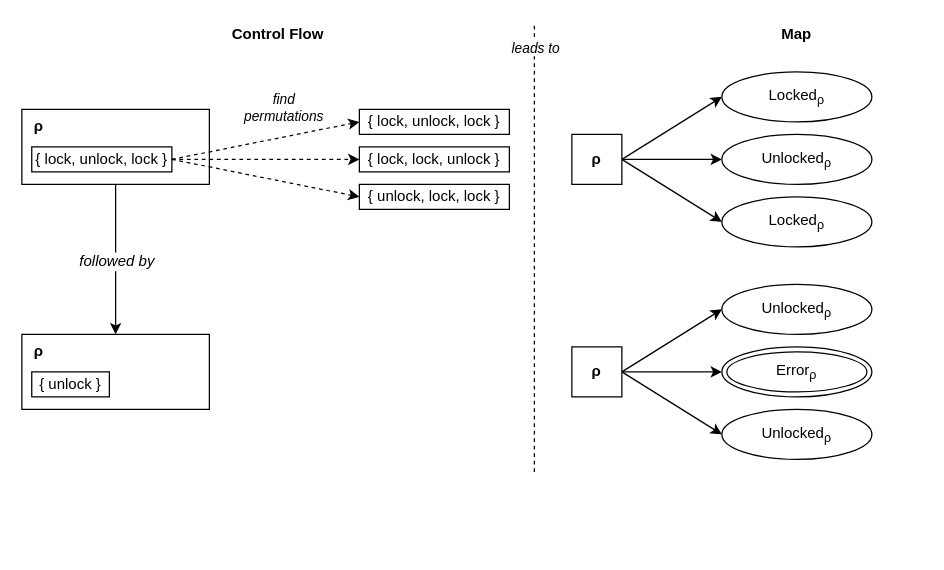
Above: implementation/figures/permutation-copy.drawio in andersfischernielsen/Finding-Resource-Manipulation-Bugs-with-Monitor-Automata-on-the-Example-of-the-Linux-Kernel (draw.io), before the change. Source tidied: cells renumbered, new cells numbered last; positions are measured from the earlier drawing's top-left corner, leaving out a move shared by most shapes. Both pictures are drawn from the tidied source at 125%, with x=0, y=0 at pixel (21, 21).
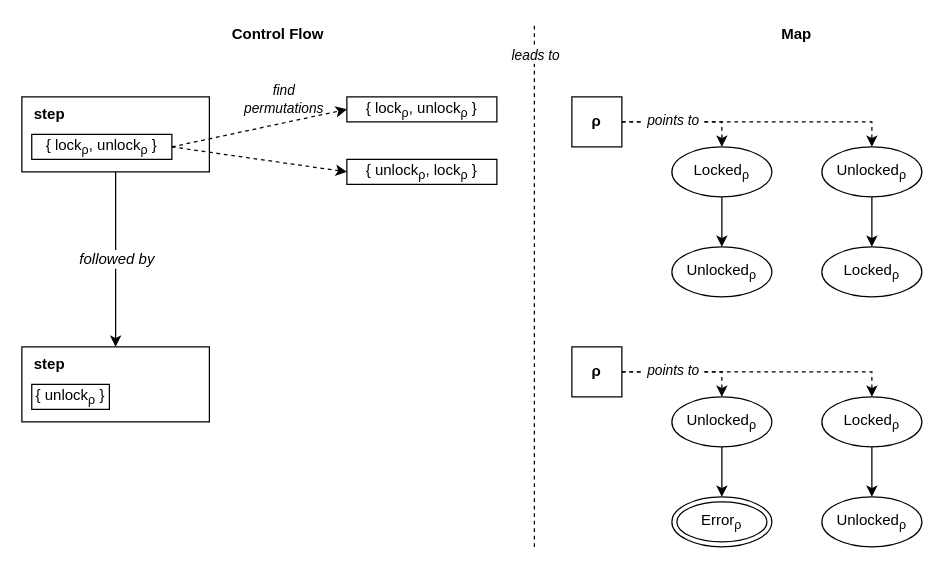
After the change.

Change to the diagram source:
```diff
@@
     <mxCell id="4" style="group;" parent="1" vertex="1">
-      <mxGeometry y="70" width="150" height="60" as="geometry" />
+      <mxGeometry y="60" width="150" height="60" as="geometry" />
     </mxCell>
-    <mxCell id="5" value="&lt;b&gt;ρ&lt;/b&gt;" style="rounded=0;whiteSpace=wrap;html=1;align=left;verticalAlign=top;spacingLeft=8;" parent="4" vertex="1">
+    <mxCell id="5" value="&lt;b&gt;step&lt;/b&gt;" style="rounded=0;whiteSpace=wrap;html=1;align=left;verticalAlign=top;spacingLeft=8;" parent="4" vertex="1">
       <mxGeometry width="150" height="60" as="geometry" />
     </mxCell>
-    <mxCell id="6" value="&lt;span style=&quot;white-space: normal&quot;&gt;{ lock, unlock, lock }&lt;/span&gt;" style="rounded=0;whiteSpace=wrap;html=1;align=center;" parent="4" vertex="1">
+    <mxCell id="6" value="{ lock&lt;sub&gt;ρ&lt;/sub&gt;, unlock&lt;sub&gt;ρ&lt;/sub&gt; }" style="rounded=0;whiteSpace=wrap;html=1;align=center;" parent="4" vertex="1">
       <mxGeometry x="7.9" y="30" width="112.1" height="20" as="geometry" />
     </mxCell>
@@
-    <mxCell id="8" value="&lt;span style=&quot;white-space: normal&quot;&gt;{ lock, unlock, lock }&lt;/span&gt;" style="rounded=0;whiteSpace=wrap;html=1;align=center;" parent="1" vertex="1">
-      <mxGeometry x="270" y="70" width="120" height="20" as="geometry" />
+    <mxCell id="8" value="&lt;span style=&quot;white-space: normal&quot;&gt;{ lock&lt;/span&gt;&lt;sub&gt;ρ&lt;/sub&gt;&lt;span style=&quot;white-space: normal&quot;&gt;, unlock&lt;/span&gt;&lt;sub&gt;ρ&lt;/sub&gt;&lt;span style=&quot;white-space: normal&quot;&gt;&amp;nbsp;}&lt;/span&gt;" style="rounded=0;whiteSpace=wrap;html=1;align=center;" parent="1" vertex="1">
+      <mxGeometry x="260" y="60" width="120" height="20" as="geometry" />
     </mxCell>
-    <mxCell id="9" value="&lt;span style=&quot;white-space: normal&quot;&gt;{ unlock, lock, lock }&lt;/span&gt;" style="rounded=0;whiteSpace=wrap;html=1;align=center;" parent="1" vertex="1">
-      <mxGeometry x="270" y="130" width="120" height="20" as="geometry" />
+    <mxCell id="9" value="&lt;span style=&quot;white-space: normal&quot;&gt;{ unlock&lt;/span&gt;&lt;sub&gt;ρ&lt;/sub&gt;&lt;span style=&quot;white-space: normal&quot;&gt;, lock&lt;/span&gt;&lt;sub&gt;ρ&lt;/sub&gt;&lt;span style=&quot;white-space: normal&quot;&gt;&amp;nbsp;}&lt;/span&gt;" style="rounded=0;whiteSpace=wrap;html=1;align=center;" parent="1" vertex="1">
+      <mxGeometry x="260" y="110" width="120" height="20" as="geometry" />
     </mxCell>
     <mxCell id="10" style="group;" parent="1" vertex="1">
-      <mxGeometry y="250" width="150" height="60" as="geometry" />
+      <mxGeometry y="260" width="150" height="60" as="geometry" />
     </mxCell>
-    <mxCell id="11" value="&lt;b&gt;ρ&lt;/b&gt;" style="rounded=0;whiteSpace=wrap;html=1;align=left;verticalAlign=top;spacingLeft=8;" parent="10" vertex="1">
+    <mxCell id="11" value="&lt;b&gt;step&lt;/b&gt;" style="rounded=0;whiteSpace=wrap;html=1;align=left;verticalAlign=top;spacingLeft=8;" parent="10" vertex="1">
       <mxGeometry width="150" height="60" as="geometry" />
     </mxCell>
-    <mxCell id="12" value="&lt;span style=&quot;white-space: normal&quot;&gt;{ unlock }&lt;/span&gt;" style="rounded=0;whiteSpace=wrap;html=1;align=center;" parent="10" vertex="1">
+    <mxCell id="12" value="{ unlock&lt;sub&gt;ρ&lt;/sub&gt; }" style="rounded=0;whiteSpace=wrap;html=1;align=center;" parent="10" vertex="1">
       <mxGeometry x="7.9" y="30" width="62.1" height="20" as="geometry" />
     </mxCell>
-    <mxCell id="13" value="Locked&lt;sub&gt;ρ&lt;/sub&gt;" style="ellipse;whiteSpace=wrap;html=1;align=center;" parent="1" vertex="1">
-      <mxGeometry x="560" y="40" width="120" height="40" as="geometry" />
-    </mxCell>
-    <mxCell id="14" style="rounded=0;jettySize=auto;html=1;exitX=1;exitY=0.5;exitDx=0;exitDy=0;entryX=0;entryY=0.5;entryDx=0;entryDy=0;" parent="1" edge="1" source="17" target="13">
-      <mxGeometry relative="1" as="geometry" />
-    </mxCell>
-    <mxCell id="15" style="edgeStyle=none;rounded=0;jettySize=auto;html=1;exitX=1;exitY=0.5;exitDx=0;exitDy=0;entryX=0;entryY=0.5;entryDx=0;entryDy=0;" parent="1" edge="1" source="17" target="18">
+    <mxCell id="15" style="edgeStyle=orthogonalEdgeStyle;rounded=0;jettySize=auto;html=1;exitX=1;exitY=0.5;exitDx=0;exitDy=0;entryX=0.5;entryY=0;entryDx=0;entryDy=0;dashed=1;" parent="1" edge="1" source="17" target="18">
       <mxGeometry relative="1" as="geometry" />
     </mxCell>
-    <mxCell id="16" style="edgeStyle=none;rounded=0;jettySize=auto;html=1;exitX=1;exitY=0.5;exitDx=0;exitDy=0;entryX=0;entryY=0.5;entryDx=0;entryDy=0;" parent="1" edge="1" source="17" target="23">
+    <mxCell id="16" style="edgeStyle=orthogonalEdgeStyle;rounded=0;jettySize=auto;html=1;exitX=1;exitY=0.5;exitDx=0;exitDy=0;entryX=0.5;entryY=0;entryDx=0;entryDy=0;dashed=1;" parent="1" edge="1" source="17" target="23">
       <mxGeometry relative="1" as="geometry" />
     </mxCell>
+    <mxCell id="36" value="&lt;i&gt;&lt;font style=&quot;font-size: 11px&quot;&gt;&amp;nbsp;points to&amp;nbsp;&lt;/font&gt;&lt;/i&gt;" style="text;html=1;align=center;verticalAlign=middle;labelBackgroundColor=#ffffff;" parent="16" vertex="1">
+      <mxGeometry x="-0.33" y="2" relative="1" as="geometry">
+        <mxPoint x="-34" as="offset" />
+      </mxGeometry>
+    </mxCell>
     <mxCell id="17" value="&lt;b style=&quot;white-space: normal&quot;&gt;ρ&lt;/b&gt;" style="rounded=0;whiteSpace=wrap;html=1;align=center;" parent="1" vertex="1">
-      <mxGeometry x="440" y="90" width="40" height="40" as="geometry" />
+      <mxGeometry x="440" y="60" width="40" height="40" as="geometry" />
     </mxCell>
+    <mxCell id="37" style="edgeStyle=orthogonalEdgeStyle;rounded=0;jettySize=auto;html=1;exitX=0.5;exitY=1;exitDx=0;exitDy=0;entryX=0.5;entryY=0;entryDx=0;entryDy=0;" parent="1" edge="1" source="18" target="39">
+      <mxGeometry relative="1" as="geometry" />
+    </mxCell>
-    <mxCell id="18" value="&lt;span style=&quot;font-size: 12px&quot;&gt;Unlocked&lt;/span&gt;&lt;sub&gt;ρ&lt;/sub&gt;" style="ellipse;whiteSpace=wrap;html=1;align=center;" parent="1" vertex="1">
-      <mxGeometry x="560" y="90" width="120" height="40" as="geometry" />
+    <mxCell id="18" value="&lt;span style=&quot;font-size: 12px&quot;&gt;Locked&lt;/span&gt;&lt;sub&gt;ρ&lt;/sub&gt;" style="ellipse;whiteSpace=wrap;html=1;align=center;" parent="1" vertex="1">
+      <mxGeometry x="520" y="100" width="80" height="40" as="geometry" />
     </mxCell>
-    <mxCell id="19" value="&lt;span style=&quot;white-space: normal&quot;&gt;{ lock, lock, unlock }&lt;/span&gt;" style="rounded=0;whiteSpace=wrap;html=1;align=center;" parent="1" vertex="1">
-      <mxGeometry x="270" y="100" width="120" height="20" as="geometry" />
-    </mxCell>
@@
-    <mxCell id="21" style="edgeStyle=none;rounded=0;jettySize=auto;html=1;exitX=1;exitY=0.5;exitDx=0;exitDy=0;entryX=0;entryY=0.5;entryDx=0;entryDy=0;dashed=1;" parent="1" edge="1" source="6" target="19">
-      <mxGeometry relative="1" as="geometry" />
-    </mxCell>
@@
+    <mxCell id="38" style="edgeStyle=orthogonalEdgeStyle;rounded=0;jettySize=auto;html=1;exitX=0.5;exitY=1;exitDx=0;exitDy=0;entryX=0.5;entryY=0;entryDx=0;entryDy=0;" parent="1" edge="1" source="23" target="40">
+      <mxGeometry relative="1" as="geometry" />
+    </mxCell>
-    <mxCell id="23" value="Locked&lt;sub&gt;ρ&lt;/sub&gt;" style="ellipse;whiteSpace=wrap;html=1;align=center;" parent="1" vertex="1">
-      <mxGeometry x="560" y="140" width="120" height="40" as="geometry" />
+    <mxCell id="23" value="Unlocked&lt;sub&gt;ρ&lt;/sub&gt;" style="ellipse;whiteSpace=wrap;html=1;align=center;" parent="1" vertex="1">
+      <mxGeometry x="640" y="100" width="80" height="40" as="geometry" />
     </mxCell>
-    <mxCell id="24" value="Unlocked&lt;sub&gt;ρ&lt;/sub&gt;" style="ellipse;whiteSpace=wrap;html=1;align=center;" parent="1" vertex="1">
-      <mxGeometry x="560" y="210" width="120" height="40" as="geometry" />
-    </mxCell>
-    <mxCell id="25" style="rounded=0;jettySize=auto;html=1;exitX=1;exitY=0.5;exitDx=0;exitDy=0;entryX=0;entryY=0.5;entryDx=0;entryDy=0;" parent="1" edge="1" source="28" target="24">
-      <mxGeometry relative="1" as="geometry" />
-    </mxCell>
-    <mxCell id="26" style="edgeStyle=none;rounded=0;jettySize=auto;html=1;exitX=1;exitY=0.5;exitDx=0;exitDy=0;entryX=0;entryY=0.5;entryDx=0;entryDy=0;" parent="1" edge="1" source="28" target="30">
-      <mxGeometry relative="1" as="geometry" />
-    </mxCell>
-    <mxCell id="27" style="edgeStyle=none;rounded=0;jettySize=auto;html=1;exitX=1;exitY=0.5;exitDx=0;exitDy=0;entryX=0;entryY=0.5;entryDx=0;entryDy=0;" parent="1" edge="1" source="28" target="29">
-      <mxGeometry relative="1" as="geometry" />
-    </mxCell>
-    <mxCell id="28" value="&lt;b style=&quot;white-space: normal&quot;&gt;ρ&lt;/b&gt;" style="rounded=0;whiteSpace=wrap;html=1;align=center;" parent="1" vertex="1">
-      <mxGeometry x="440" y="260" width="40" height="40" as="geometry" />
-    </mxCell>
-    <mxCell id="29" value="&lt;span style=&quot;font-size: 12px&quot;&gt;Unlocked&lt;/span&gt;&lt;sub&gt;ρ&lt;/sub&gt;" style="ellipse;whiteSpace=wrap;html=1;align=center;" parent="1" vertex="1">
-      <mxGeometry x="560" y="310" width="120" height="40" as="geometry" />
-    </mxCell>
-    <mxCell id="30" value="&lt;span style=&quot;white-space: normal&quot;&gt;Error&lt;/span&gt;&lt;sub style=&quot;white-space: normal&quot;&gt;ρ&lt;/sub&gt;" style="ellipse;shape=doubleEllipse;whiteSpace=wrap;html=1;align=center;" parent="1" vertex="1">
-      <mxGeometry x="560" y="260" width="120" height="40" as="geometry" />
-    </mxCell>
     <mxCell id="31" value="&lt;i style=&quot;font-size: 11px;&quot;&gt;&lt;font style=&quot;font-size: 11px;&quot;&gt;find permutations&lt;/font&gt;&lt;/i&gt;" style="text;html=1;strokeColor=none;fillColor=none;align=center;verticalAlign=middle;whiteSpace=wrap;rounded=0;fontSize=11;" parent="1" vertex="1">
-      <mxGeometry x="170" y="50" width="80" height="37" as="geometry" />
+      <mxGeometry x="170" y="43" width="80" height="37" as="geometry" />
     </mxCell>
     <mxCell id="32" style="endArrow=none;html=1;fontSize=12;dashed=1;" parent="1" edge="1">
       <mxGeometry relative="1" as="geometry">
-        <mxPoint x="410" y="360" as="sourcePoint" />
+        <mxPoint x="410" y="420" as="sourcePoint" />
         <mxPoint x="410" as="targetPoint" />
       </mxGeometry>
     </mxCell>
@@
+    <mxCell id="39" value="Unlocked&lt;sub&gt;ρ&lt;/sub&gt;" style="ellipse;whiteSpace=wrap;html=1;align=center;" parent="1" vertex="1">
+      <mxGeometry x="520" y="180" width="80" height="40" as="geometry" />
+    </mxCell>
+    <mxCell id="40" value="Locked&lt;sub&gt;ρ&lt;/sub&gt;" style="ellipse;whiteSpace=wrap;html=1;align=center;" parent="1" vertex="1">
+      <mxGeometry x="640" y="180" width="80" height="40" as="geometry" />
+    </mxCell>
+    <mxCell id="30" value="&lt;span style=&quot;white-space: normal&quot;&gt;Error&lt;/span&gt;&lt;sub style=&quot;white-space: normal&quot;&gt;ρ&lt;/sub&gt;" style="ellipse;shape=doubleEllipse;whiteSpace=wrap;html=1;align=center;" parent="1" vertex="1">
+      <mxGeometry x="520" y="380" width="80" height="40" as="geometry" />
+    </mxCell>
+    <mxCell id="27" style="edgeStyle=orthogonalEdgeStyle;rounded=0;jettySize=auto;html=1;exitX=1;exitY=0.5;exitDx=0;exitDy=0;entryX=0.5;entryY=0;entryDx=0;entryDy=0;dashed=1;" parent="1" edge="1" source="28" target="29">
+      <mxGeometry relative="1" as="geometry" />
+    </mxCell>
+    <mxCell id="41" style="edgeStyle=orthogonalEdgeStyle;rounded=0;jettySize=auto;html=1;exitX=1;exitY=0.5;exitDx=0;exitDy=0;entryX=0.5;entryY=0;entryDx=0;entryDy=0;dashed=1;" parent="1" edge="1" source="28" target="45">
+      <mxGeometry relative="1" as="geometry" />
+    </mxCell>
+    <mxCell id="42" value="&lt;i&gt;&lt;font style=&quot;font-size: 11px&quot;&gt;&amp;nbsp;points to&amp;nbsp;&lt;/font&gt;&lt;/i&gt;" style="text;html=1;align=center;verticalAlign=middle;labelBackgroundColor=#ffffff;" parent="41" vertex="1">
+      <mxGeometry x="-0.33" y="2" relative="1" as="geometry">
+        <mxPoint x="-34" as="offset" />
+      </mxGeometry>
+    </mxCell>
+    <mxCell id="28" value="&lt;b style=&quot;white-space: normal&quot;&gt;ρ&lt;/b&gt;" style="rounded=0;whiteSpace=wrap;html=1;align=center;" parent="1" vertex="1">
+      <mxGeometry x="440" y="260" width="40" height="40" as="geometry" />
+    </mxCell>
+    <mxCell id="43" style="edgeStyle=orthogonalEdgeStyle;rounded=0;jettySize=auto;html=1;exitX=0.5;exitY=1;exitDx=0;exitDy=0;entryX=0.5;entryY=0;entryDx=0;entryDy=0;" parent="1" edge="1" source="29" target="30">
+      <mxGeometry relative="1" as="geometry" />
+    </mxCell>
+    <mxCell id="29" value="&lt;span style=&quot;font-size: 12px&quot;&gt;Unlocked&lt;/span&gt;&lt;sub&gt;ρ&lt;/sub&gt;" style="ellipse;whiteSpace=wrap;html=1;align=center;" parent="1" vertex="1">
+      <mxGeometry x="520" y="300" width="80" height="40" as="geometry" />
+    </mxCell>
+    <mxCell id="44" style="edgeStyle=orthogonalEdgeStyle;rounded=0;jettySize=auto;html=1;exitX=0.5;exitY=1;exitDx=0;exitDy=0;entryX=0.5;entryY=0;entryDx=0;entryDy=0;" parent="1" edge="1" source="45" target="46">
+      <mxGeometry relative="1" as="geometry" />
+    </mxCell>
+    <mxCell id="45" value="Locked&lt;sub&gt;ρ&lt;/sub&gt;" style="ellipse;whiteSpace=wrap;html=1;align=center;" parent="1" vertex="1">
+      <mxGeometry x="640" y="300" width="80" height="40" as="geometry" />
+    </mxCell>
+    <mxCell id="46" value="Unlocked&lt;sub&gt;ρ&lt;/sub&gt;" style="ellipse;whiteSpace=wrap;html=1;align=center;" parent="1" vertex="1">
+      <mxGeometry x="640" y="380" width="80" height="40" as="geometry" />
+    </mxCell>
```
